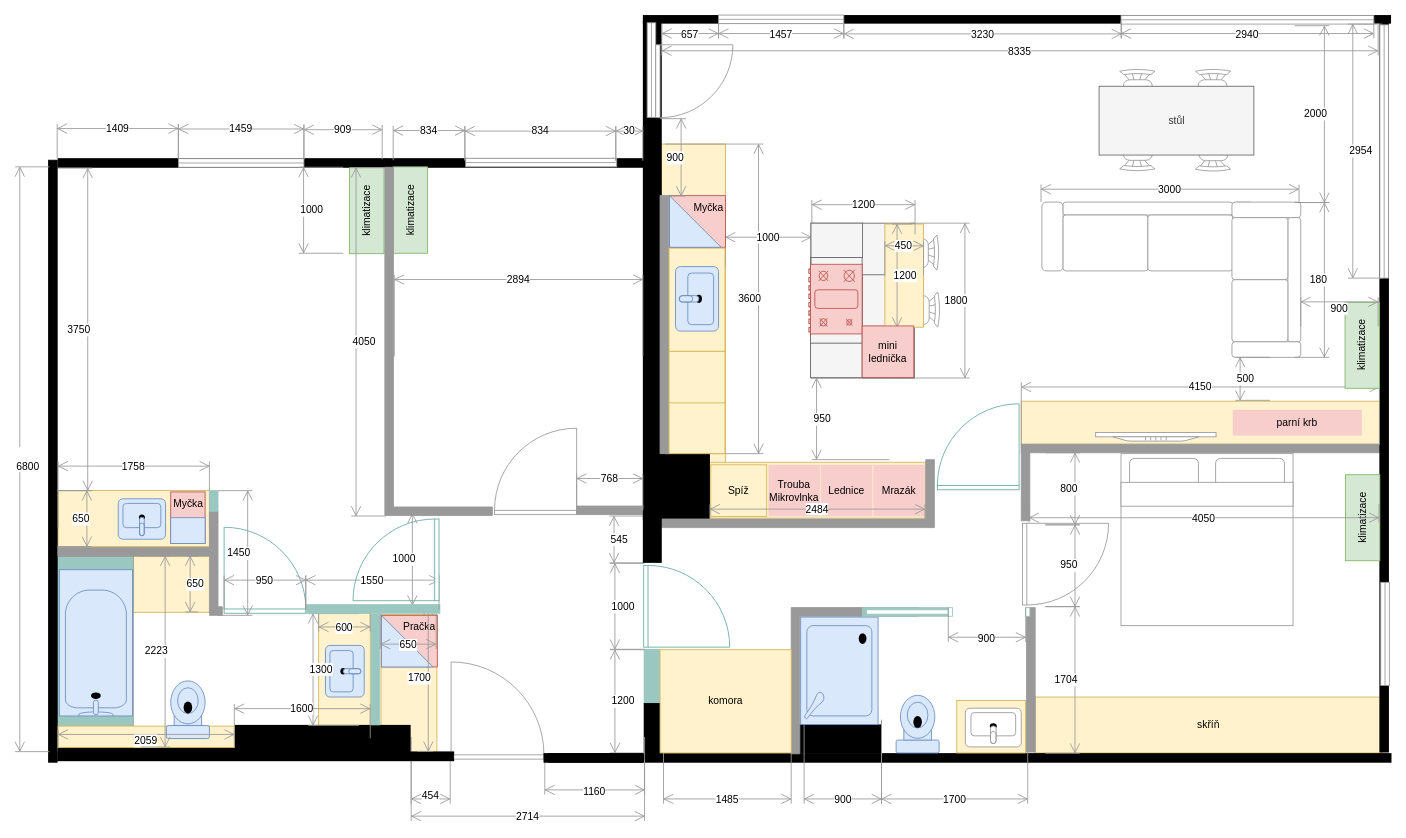
Earlier version of the draw.io diagram page "final" (1 of 2) of docs/src/static/drawings/floor-plan.furniched.drawio (surquest/flat-renovation). Source tidied: cells renumbered, new cells numbered last; positions are measured from the earlier drawing's top-left corner, leaving out a move shared by most shapes. Both pictures are drawn from the tidied source at 86%, with x=0, y=0 at pixel (15, 15).
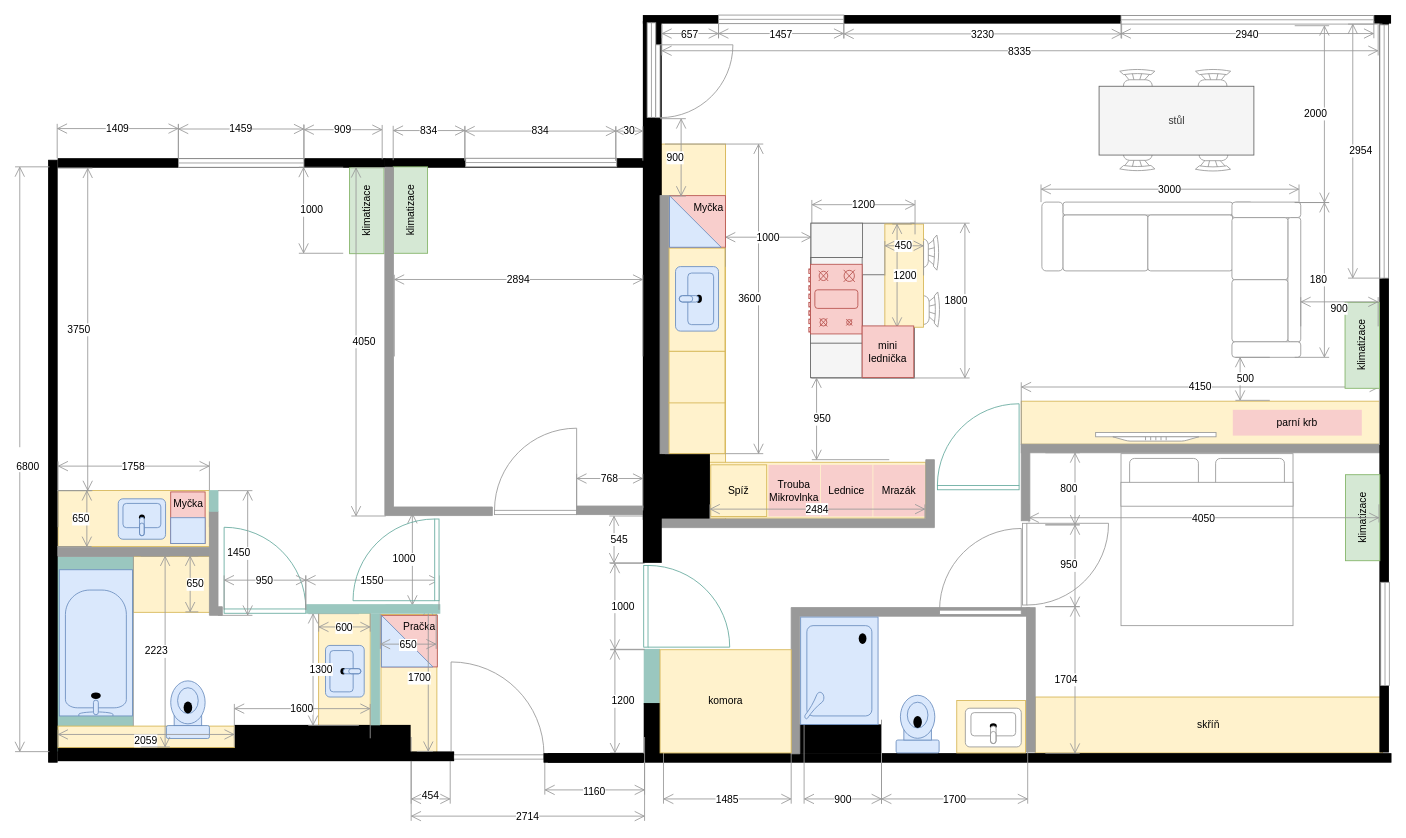
The same page after the edit.

Change to the diagram source:
```diff
@@
     <mxCell id="78" style="verticalLabelPosition=bottom;html=1;verticalAlign=top;align=center;shape=mxgraph.floorplan.wallCorner;fillColor=strokeColor;strokeColor=#999999;" parent="1" vertex="1">
-      <mxGeometry x="902.5" y="689" width="147.5" height="170" as="geometry" />
+      <mxGeometry x="902.5" y="689" width="277.5" height="170" as="geometry" />
     </mxCell>
@@
+    <mxCell id="169" style="verticalLabelPosition=bottom;html=1;verticalAlign=top;align=center;shape=mxgraph.floorplan.doorLeft;strokeColor=#999999;fillColor=#FFFFFF;direction=west;flipV=0;flipH=0;" parent="1" vertex="1">
+      <mxGeometry x="1075" y="612" width="95" height="85" as="geometry" />
+    </mxCell>
@@
-    <mxCell id="166" style="verticalLabelPosition=bottom;html=1;verticalAlign=top;align=center;shape=mxgraph.floorplan.wall;fillColor=strokeColor;strokeColor=#9AC7BF;" parent="1" vertex="1">
-      <mxGeometry x="985.2" y="689.1" width="100" height="10" as="geometry" />
-    </mxCell>
-    <mxCell id="167" style="verticalLabelPosition=bottom;html=1;verticalAlign=top;align=center;shape=mxgraph.floorplan.doorPocket;dx=0.5;strokeColor=#9AC7BF;" parent="1" vertex="1">
-      <mxGeometry x="990" y="689.1" width="190" height="10" as="geometry" />
-    </mxCell>
-    <mxCell id="168" value="900" style="shape=dimension;whiteSpace=wrap;html=1;align=center;verticalAlign=bottom;spacingBottom=-5;labelBackgroundColor=#ffffff;strokeColor=#999999;" parent="1" vertex="1">
-      <mxGeometry x="1085.2" y="689" width="90" height="40" as="geometry" />
-    </mxCell>
```
